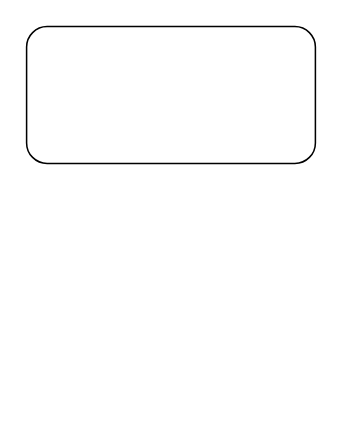
Before: Untitled Diagram.drawio in IngPun/Nijatohn-Ing, a draw.io diagram. Source tidied: cells renumbered, new cells numbered last; positions are measured from the earlier drawing's top-left corner, leaving out a move shared by most shapes. Both pictures are drawn from the tidied source at 152%, with x=0, y=0 at pixel (26, 26).
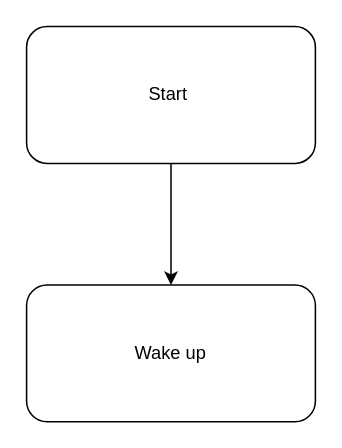
The same diagram, later.

What changed in the source:
```diff
@@
 <mxGraphModel>
   <root>
     <mxCell id="0" />
     <mxCell id="1" parent="0" />
+    <mxCell id="3" style="edgeStyle=orthogonalEdgeStyle;rounded=0;jettySize=auto;html=1;" parent="1" edge="1" source="2" target="4">
+      <mxGeometry relative="1" as="geometry" />
+    </mxCell>
-    <mxCell id="2" style="rounded=1;whiteSpace=wrap;html=1;" parent="1" vertex="1">
+    <mxCell id="2" value="Start&amp;nbsp;" style="rounded=1;whiteSpace=wrap;html=1;" parent="1" vertex="1">
       <mxGeometry width="190" height="90" as="geometry" />
     </mxCell>
+    <mxCell id="4" value="Wake up" style="rounded=1;whiteSpace=wrap;html=1;" parent="1" vertex="1">
+      <mxGeometry y="170" width="190" height="90" as="geometry" />
+    </mxCell>
   </root>
 </mxGraphModel>
```
